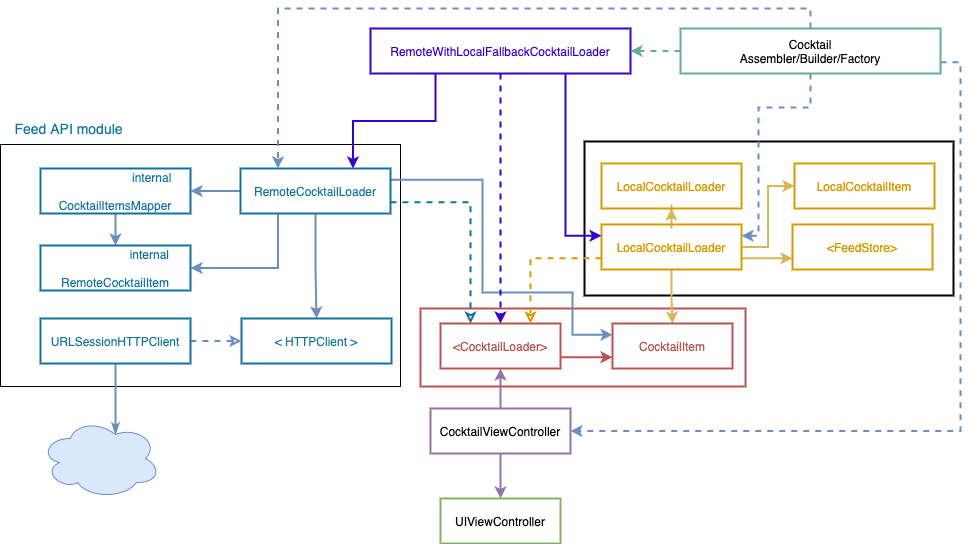
Before: cocktail_list_feature_architecture.png, a diagram exported from draw.io (fvegagiga/DrinGo). Source tidied: cells renumbered, new cells last; positions are measured from the earlier drawing's top-left corner, leaving out a move shared by most shapes.
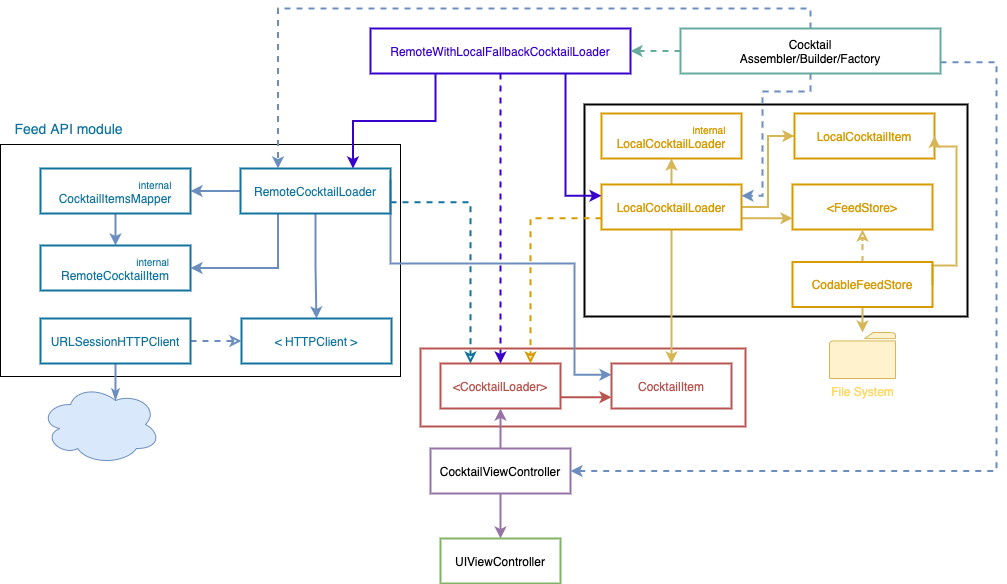
The same file after the commit.

Commit message:
Update architecture diagram

Diff of the diagram source:
```diff
@@ -3,19 +3,19 @@
     <mxCell id="0" />
     <mxCell id="1" parent="0" />
     <mxCell id="2" style="rounded=0;whiteSpace=wrap;html=1;strokeWidth=2;fillColor=none;gradientColor=none;" parent="1" vertex="1">
-      <mxGeometry x="584" y="113" width="369" height="154" as="geometry" />
+      <mxGeometry x="584" y="76" width="383" height="212" as="geometry" />
     </mxCell>
     <mxCell id="3" style="rounded=0;whiteSpace=wrap;html=1;strokeColor=#b85450;fillColor=none;strokeWidth=2;" parent="1" vertex="1">
-      <mxGeometry x="420" y="280" width="325" height="78" as="geometry" />
+      <mxGeometry x="420" y="320" width="325" height="78" as="geometry" />
     </mxCell>
     <mxCell id="4" style="rounded=0;whiteSpace=wrap;html=1;fillColor=none;" parent="1" vertex="1">
-      <mxGeometry y="116" width="400" height="242" as="geometry" />
+      <mxGeometry y="116" width="400" height="232" as="geometry" />
     </mxCell>
     <mxCell id="5" style="edgeStyle=orthogonalEdgeStyle;rounded=0;jettySize=auto;html=1;entryX=0;entryY=0.75;entryDx=0;entryDy=0;strokeWidth=2;exitX=1;exitY=0.75;exitDx=0;exitDy=0;fillColor=#f8cecc;strokeColor=#b85450;" parent="1" edge="1" source="6" target="39">
       <mxGeometry relative="1" as="geometry" />
     </mxCell>
     <mxCell id="6" value="&amp;lt;CocktailLoader&amp;gt;" style="rounded=0;whiteSpace=wrap;html=1;strokeColor=#b85450;fillColor=none;strokeWidth=2;fontColor=#B85450;" parent="1" vertex="1">
-      <mxGeometry x="440" y="295" width="120" height="45" as="geometry" />
+      <mxGeometry x="440" y="335" width="120" height="45" as="geometry" />
     </mxCell>
     <mxCell id="7" style="edgeStyle=orthogonalEdgeStyle;rounded=0;jettySize=auto;html=1;exitX=1;exitY=0.75;exitDx=0;exitDy=0;entryX=0.25;entryY=0;entryDx=0;entryDy=0;dashed=1;endArrow=classic;endFill=0;fillColor=#b1ddf0;strokeColor=#10739e;strokeWidth=2;" parent="1" edge="1" source="12" target="6">
       <mxGeometry relative="1" as="geometry" />
@@ -29,10 +29,9 @@
     <mxCell id="10" style="edgeStyle=orthogonalEdgeStyle;rounded=0;jettySize=auto;html=1;entryX=0;entryY=0.25;entryDx=0;entryDy=0;strokeWidth=2;fillColor=#dae8fc;strokeColor=#6c8ebf;exitX=1;exitY=0.25;exitDx=0;exitDy=0;" parent="1" edge="1" source="12" target="39">
       <mxGeometry relative="1" as="geometry">
         <Array as="points">
-          <mxPoint x="482" y="151" />
-          <mxPoint x="482" y="264" />
-          <mxPoint x="572" y="264" />
-          <mxPoint x="572" y="306" />
+          <mxPoint x="390" y="235" />
+          <mxPoint x="574" y="235" />
+          <mxPoint x="574" y="346" />
         </Array>
       </mxGeometry>
     </mxCell>
@@ -58,7 +57,7 @@
       <mxGeometry relative="1" as="geometry" />
     </mxCell>
     <mxCell id="18" value="LocalCocktailLoader" style="rounded=0;whiteSpace=wrap;html=1;strokeColor=#d79b00;fillColor=none;strokeWidth=2;fontColor=#D79B00;" parent="1" vertex="1">
-      <mxGeometry x="601" y="196" width="140" height="45" as="geometry" />
+      <mxGeometry x="601" y="156" width="140" height="45" as="geometry" />
     </mxCell>
     <mxCell id="19" style="edgeStyle=orthogonalEdgeStyle;rounded=0;jettySize=auto;html=1;exitX=0.25;exitY=1;exitDx=0;exitDy=0;entryX=0.75;entryY=0;entryDx=0;entryDy=0;fillColor=#6a00ff;strokeColor=#3700CC;strokeWidth=2;" parent="1" edge="1" source="22" target="12">
       <mxGeometry relative="1" as="geometry" />
@@ -79,23 +78,28 @@
       <mxGeometry relative="1" as="geometry" />
     </mxCell>
     <mxCell id="25" value="CocktailViewController" style="rounded=0;whiteSpace=wrap;html=1;strokeColor=#9673a6;fillColor=none;strokeWidth=2;" parent="1" vertex="1">
-      <mxGeometry x="430" y="380" width="140" height="45" as="geometry" />
+      <mxGeometry x="430" y="420" width="140" height="45" as="geometry" />
     </mxCell>
     <mxCell id="26" value="UIViewController" style="rounded=0;whiteSpace=wrap;html=1;strokeColor=#82b366;fillColor=none;strokeWidth=2;" parent="1" vertex="1">
-      <mxGeometry x="440" y="470" width="120" height="45" as="geometry" />
+      <mxGeometry x="440" y="510" width="120" height="45" as="geometry" />
     </mxCell>
     <mxCell id="27" style="edgeStyle=orthogonalEdgeStyle;rounded=0;jettySize=auto;html=1;exitX=0.5;exitY=0;exitDx=0;exitDy=0;entryX=0.25;entryY=0;entryDx=0;entryDy=0;dashed=1;fillColor=#dae8fc;strokeColor=#6c8ebf;strokeWidth=2;" parent="1" edge="1" source="31" target="12">
       <mxGeometry relative="1" as="geometry" />
     </mxCell>
     <mxCell id="28" style="edgeStyle=orthogonalEdgeStyle;rounded=0;jettySize=auto;html=1;exitX=1;exitY=0.75;exitDx=0;exitDy=0;entryX=1;entryY=0.5;entryDx=0;entryDy=0;dashed=1;fillColor=#dae8fc;strokeColor=#6c8ebf;strokeWidth=2;" parent="1" edge="1" source="31" target="25">
-      <mxGeometry relative="1" as="geometry" />
+      <mxGeometry relative="1" as="geometry">
+        <Array as="points">
+          <mxPoint x="996" y="34" />
+          <mxPoint x="996" y="443" />
+        </Array>
+      </mxGeometry>
     </mxCell>
     <mxCell id="29" style="edgeStyle=orthogonalEdgeStyle;rounded=0;jettySize=auto;html=1;exitX=0.5;exitY=1;exitDx=0;exitDy=0;entryX=1;entryY=0.25;entryDx=0;entryDy=0;dashed=1;fillColor=#dae8fc;strokeColor=#6c8ebf;strokeWidth=2;" parent="1" edge="1" source="31" target="18">
       <mxGeometry relative="1" as="geometry">
         <Array as="points">
-          <mxPoint x="810" y="79" />
-          <mxPoint x="758" y="79" />
-          <mxPoint x="758" y="207" />
+          <mxPoint x="810" y="63" />
+          <mxPoint x="762" y="63" />
+          <mxPoint x="762" y="167" />
         </Array>
       </mxGeometry>
     </mxCell>
@@ -108,7 +112,7 @@
     <mxCell id="32" style="edgeStyle=orthogonalEdgeStyle;rounded=0;jettySize=auto;html=1;entryX=0.5;entryY=0;entryDx=0;entryDy=0;strokeWidth=2;fillColor=#dae8fc;strokeColor=#6c8ebf;" parent="1" edge="1" source="33" target="40">
       <mxGeometry relative="1" as="geometry" />
     </mxCell>
-    <mxCell id="33" value="&lt;div style=&quot;text-align: right; font-size: 12px;&quot;&gt;&lt;span style=&quot;font-size: 12px;&quot;&gt;&lt;font style=&quot;font-size: 12px;&quot;&gt;internal&lt;/font&gt;&lt;/span&gt;&lt;/div&gt;&lt;div style=&quot;text-align: right; font-size: 12px;&quot;&gt;&lt;span style=&quot;font-size: 12px;&quot;&gt;&lt;font style=&quot;font-size: 12px;&quot;&gt;&lt;br style=&quot;font-size: 12px;&quot;&gt;&lt;/font&gt;&lt;/span&gt;&lt;/div&gt;CocktailItemsMapper" style="rounded=0;whiteSpace=wrap;html=1;strokeColor=#10739e;fillColor=none;strokeWidth=2;fontSize=12;fontColor=#10739E;" parent="1" vertex="1">
+    <mxCell id="33" value="&lt;div style=&quot;text-align: right&quot;&gt;&lt;font style=&quot;font-size: 10px&quot;&gt;internal&lt;/font&gt;&lt;/div&gt;CocktailItemsMapper" style="rounded=0;whiteSpace=wrap;html=1;strokeColor=#10739e;fillColor=none;strokeWidth=2;fontSize=12;fontColor=#10739E;" parent="1" vertex="1">
       <mxGeometry x="40" y="140" width="150" height="45" as="geometry" />
     </mxCell>
     <mxCell id="34" value="&amp;lt; HTTPClient &amp;gt;" style="rounded=0;whiteSpace=wrap;html=1;strokeColor=#10739e;fillColor=none;strokeWidth=2;fontSize=12;fontColor=#10739E;" parent="1" vertex="1">
@@ -124,25 +128,45 @@
       <mxGeometry x="40" y="290" width="150" height="45" as="geometry" />
     </mxCell>
     <mxCell id="38" style="ellipse;shape=cloud;whiteSpace=wrap;html=1;fillColor=#dae8fc;strokeColor=#6c8ebf;" parent="1" vertex="1">
-      <mxGeometry x="40" y="390" width="120" height="80" as="geometry" />
+      <mxGeometry x="40" y="356" width="120" height="80" as="geometry" />
     </mxCell>
     <mxCell id="39" value="CocktailItem" style="rounded=0;whiteSpace=wrap;html=1;strokeColor=#b85450;fillColor=none;strokeWidth=2;fontColor=#B85450;" parent="1" vertex="1">
-      <mxGeometry x="612" y="295" width="120" height="45" as="geometry" />
+      <mxGeometry x="611" y="335" width="120" height="45" as="geometry" />
     </mxCell>
-    <mxCell id="40" value="&lt;div style=&quot;text-align: right; font-size: 12px;&quot;&gt;&lt;font style=&quot;font-size: 12px;&quot;&gt;internal&lt;/font&gt;&lt;/div&gt;&lt;div style=&quot;text-align: right; font-size: 12px;&quot;&gt;&lt;font style=&quot;font-size: 12px;&quot;&gt;&lt;br style=&quot;font-size: 12px;&quot;&gt;&lt;/font&gt;&lt;/div&gt;&lt;div style=&quot;text-align: right; font-size: 12px;&quot;&gt;&lt;font style=&quot;font-size: 12px;&quot;&gt;RemoteCocktailItem&lt;/font&gt;&lt;/div&gt;" style="rounded=0;whiteSpace=wrap;html=1;strokeColor=#10739e;fillColor=none;strokeWidth=2;fontSize=12;fontColor=#10739E;" parent="1" vertex="1">
+    <mxCell id="40" value="&lt;div style=&quot;text-align: right&quot;&gt;&lt;font style=&quot;font-size: 10px&quot;&gt;internal&lt;/font&gt;&lt;/div&gt;&lt;div style=&quot;text-align: right ; font-size: 12px&quot;&gt;&lt;font style=&quot;font-size: 12px&quot;&gt;RemoteCocktailItem&lt;/font&gt;&lt;/div&gt;" style="rounded=0;whiteSpace=wrap;html=1;strokeColor=#10739e;fillColor=none;strokeWidth=2;fontSize=12;fontColor=#10739E;" parent="1" vertex="1">
       <mxGeometry x="40" y="217" width="150" height="45" as="geometry" />
     </mxCell>
-    <mxCell id="41" value="LocalCocktailLoader" style="rounded=0;whiteSpace=wrap;html=1;strokeColor=#d79b00;fillColor=none;strokeWidth=2;fontColor=#D79B00;" parent="1" vertex="1">
-      <mxGeometry x="601" y="135" width="140" height="45" as="geometry" />
+    <mxCell id="41" value="&lt;div style=&quot;text-align: right&quot;&gt;&lt;span&gt;&lt;font style=&quot;font-size: 10px&quot;&gt;internal&lt;/font&gt;&lt;/span&gt;&lt;/div&gt;LocalCocktailLoader" style="rounded=0;whiteSpace=wrap;html=1;strokeColor=#d79b00;fillColor=none;strokeWidth=2;fontColor=#D79B00;" parent="1" vertex="1">
+      <mxGeometry x="601" y="85" width="140" height="45" as="geometry" />
     </mxCell>
     <mxCell id="42" value="LocalCocktailItem" style="rounded=0;whiteSpace=wrap;html=1;strokeColor=#d79b00;fillColor=none;strokeWidth=2;fontColor=#D79B00;" parent="1" vertex="1">
-      <mxGeometry x="794" y="135" width="140" height="45" as="geometry" />
+      <mxGeometry x="794" y="85" width="140" height="45" as="geometry" />
     </mxCell>
     <mxCell id="43" value="&amp;lt;FeedStore&amp;gt;" style="rounded=0;whiteSpace=wrap;html=1;strokeColor=#d79b00;fillColor=none;strokeWidth=2;fontColor=#D79B00;" parent="1" vertex="1">
-      <mxGeometry x="792" y="196" width="140" height="45" as="geometry" />
+      <mxGeometry x="792" y="156" width="140" height="45" as="geometry" />
     </mxCell>
     <mxCell id="44" value="Feed API module" style="text;html=1;align=center;verticalAlign=middle;whiteSpace=wrap;rounded=0;fontSize=14;fontColor=#10739E;" parent="1" vertex="1">
       <mxGeometry x="7" y="90" width="123" height="20" as="geometry" />
     </mxCell>
+    <mxCell id="45" style="edgeStyle=orthogonalEdgeStyle;rounded=0;jettySize=auto;html=1;fillColor=#fff2cc;strokeColor=#d6b656;strokeWidth=2;" parent="1" edge="1" source="48" target="49">
+      <mxGeometry relative="1" as="geometry" />
+    </mxCell>
+    <mxCell id="46" style="edgeStyle=orthogonalEdgeStyle;rounded=0;jettySize=auto;html=1;entryX=1;entryY=0.5;entryDx=0;entryDy=0;strokeWidth=2;exitX=1;exitY=0.5;exitDx=0;exitDy=0;fillColor=#fff2cc;strokeColor=#d6b656;" parent="1" edge="1" source="48" target="42">
+      <mxGeometry relative="1" as="geometry">
+        <Array as="points">
+          <mxPoint x="956" y="237" />
+          <mxPoint x="956" y="118" />
+        </Array>
+      </mxGeometry>
+    </mxCell>
+    <mxCell id="47" style="edgeStyle=orthogonalEdgeStyle;rounded=0;jettySize=auto;html=1;entryX=0.5;entryY=1;entryDx=0;entryDy=0;strokeWidth=2;fillColor=#fff2cc;strokeColor=#d6b656;dashed=1;endArrow=classic;endFill=0;" parent="1" edge="1" source="48" target="43">
+      <mxGeometry relative="1" as="geometry" />
+    </mxCell>
+    <mxCell id="48" value="CodableFeedStore" style="rounded=0;whiteSpace=wrap;html=1;strokeColor=#d79b00;fillColor=none;strokeWidth=2;fontColor=#D79B00;" parent="1" vertex="1">
+      <mxGeometry x="792" y="233.5" width="140" height="45" as="geometry" />
+    </mxCell>
+    <mxCell id="49" value="&lt;font color=&quot;#ffd966&quot;&gt;File System&lt;/font&gt;" style="shadow=0;dashed=0;html=1;strokeColor=#d6b656;fillColor=#fff2cc;labelPosition=center;verticalLabelPosition=bottom;verticalAlign=top;outlineConnect=0;align=center;shape=mxgraph.office.concepts.folder;" parent="1" vertex="1">
+      <mxGeometry x="829" y="304" width="66" height="46" as="geometry" />
+    </mxCell>
   </root>
 </mxGraphModel>
```
